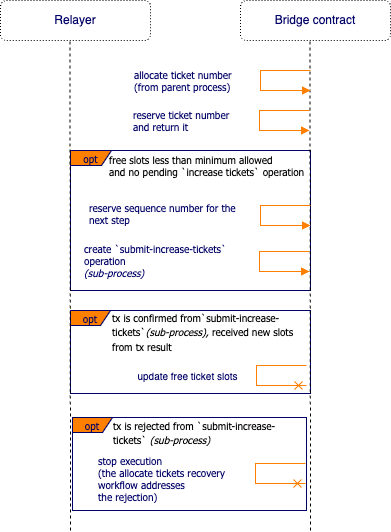
Before: spec/img/allocate-ticket.png, a diagram exported from draw.io (CoreumFoundation/coreumbridge-xrpl). Source tidied: cells renumbered, new cells last; positions are measured from the earlier drawing's top-left corner, leaving out a move shared by most shapes.
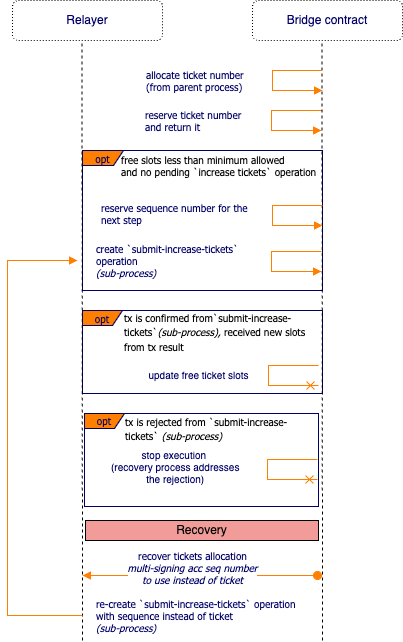
After the change.

Commit message:
Add recovery for the workflows.

Change to the diagram source:
```diff
@@ -9,7 +9,7 @@
       <mxGeometry x="110" y="304" width="210" height="56" as="geometry" />
     </mxCell>
     <mxCell id="4" value="opt" style="shape=umlFrame;whiteSpace=wrap;html=1;strokeColor=#000066;fillColor=#FF8000;fontFamily=Tahoma;fontSize=10;fontColor=#000066;align=center;width=40;height=15;" parent="1" vertex="1">
-      <mxGeometry x="72" y="417" width="234" height="93" as="geometry" />
+      <mxGeometry x="72" y="413" width="234" height="93" as="geometry" />
     </mxCell>
     <mxCell id="5" value="opt" style="shape=umlFrame;whiteSpace=wrap;html=1;strokeColor=#000066;fillColor=#FF8000;fontFamily=Tahoma;fontSize=10;fontColor=#000066;align=center;width=41;height=15;" parent="1" vertex="1">
       <mxGeometry x="70" y="150" width="240" height="140" as="geometry" />
@@ -25,7 +25,7 @@
     </mxCell>
     <mxCell id="9" style="endArrow=none;dashed=1;html=1;rounded=0;" parent="1" edge="1">
       <mxGeometry relative="1" as="geometry">
-        <mxPoint x="70" y="530" as="sourcePoint" />
+        <mxPoint x="70" y="640" as="sourcePoint" />
         <mxPoint x="69.5" y="40" as="targetPoint" />
       </mxGeometry>
     </mxCell>
@@ -34,7 +34,7 @@
     </mxCell>
     <mxCell id="11" style="endArrow=none;dashed=1;html=1;rounded=0;" parent="1" edge="1">
       <mxGeometry relative="1" as="geometry">
-        <mxPoint x="310" y="530" as="sourcePoint" />
+        <mxPoint x="310" y="640" as="sourcePoint" />
         <mxPoint x="309.5" y="40" as="targetPoint" />
       </mxGeometry>
     </mxCell>
@@ -48,13 +48,13 @@
         </Array>
       </mxGeometry>
     </mxCell>
-    <mxCell id="13" value="&lt;span style=&quot;border-color: var(--border-color);&quot;&gt;stop execution&amp;nbsp;&lt;br style=&quot;border-color: var(--border-color);&quot;&gt;(the allocate tickets recovery &lt;br&gt;workflow addresses &lt;br&gt;the rejection)&lt;br&gt;&lt;/span&gt;" style="edgeStyle=orthogonalEdgeStyle;html=1;align=left;spacingLeft=2;endArrow=cross;rounded=0;strokeColor=#FF8000;fontFamily=Tahoma;fontSize=10;fontColor=#000066;endFill=0;" parent="1" edge="1">
-      <mxGeometry x="0.08" y="-161" relative="1" as="geometry">
-        <mxPoint x="305" y="463" as="sourcePoint" />
-        <mxPoint x="305" y="483" as="targetPoint" />
+    <mxCell id="13" value="&lt;span style=&quot;border-color: var(--border-color);&quot;&gt;&lt;div style=&quot;border-color: var(--border-color); font-family: Helvetica; text-align: center;&quot;&gt;stop execution&amp;nbsp;&lt;/div&gt;&lt;div style=&quot;border-color: var(--border-color); font-family: Helvetica; text-align: center;&quot;&gt;(recovery process addresses &lt;br&gt;the rejection)&lt;/div&gt;&lt;/span&gt;" style="edgeStyle=orthogonalEdgeStyle;html=1;align=left;spacingLeft=2;endArrow=cross;rounded=0;strokeColor=#FF8000;fontFamily=Tahoma;fontSize=10;fontColor=#000066;endFill=0;" parent="1" edge="1">
+      <mxGeometry x="-0.05" y="-160" relative="1" as="geometry">
+        <mxPoint x="305" y="459" as="sourcePoint" />
+        <mxPoint x="305" y="479" as="targetPoint" />
         <Array as="points">
-          <mxPoint x="255" y="463" />
-          <mxPoint x="255" y="483" />
+          <mxPoint x="255" y="459" />
+          <mxPoint x="255" y="479" />
         </Array>
       </mxGeometry>
     </mxCell>
@@ -62,7 +62,7 @@
       <mxGeometry x="107" y="151" width="220" height="30" as="geometry" />
     </mxCell>
     <mxCell id="15" value="create `submit-increase-tickets`&lt;br&gt;operation&lt;br&gt;&lt;i&gt;(sub-process)&lt;/i&gt;" style="edgeStyle=orthogonalEdgeStyle;html=1;align=left;spacingLeft=2;endArrow=block;rounded=0;strokeColor=#FF8000;fontFamily=Tahoma;fontSize=10;fontColor=#000066;endFill=1;" parent="1" edge="1">
-      <mxGeometry x="-0.02" y="-179" relative="1" as="geometry">
+      <mxGeometry x="-0.01" y="-179" relative="1" as="geometry">
         <mxPoint x="309" y="251" as="sourcePoint" />
         <mxPoint x="309" y="271" as="targetPoint" />
         <Array as="points">
@@ -107,7 +107,27 @@
       </mxGeometry>
     </mxCell>
     <mxCell id="20" value="&lt;span style=&quot;font-family: Tahoma; font-size: 10px; font-style: normal; font-variant-ligatures: normal; font-variant-caps: normal; font-weight: 400; letter-spacing: normal; orphans: 2; text-align: left; text-indent: 0px; text-transform: none; widows: 2; word-spacing: 0px; -webkit-text-stroke-width: 0px; background-color: rgb(255, 255, 255); text-decoration-thickness: initial; text-decoration-style: initial; text-decoration-color: initial; float: none; display: inline !important;&quot;&gt;tx is rejected from&amp;nbsp;&lt;/span&gt;&lt;span style=&quot;font-family: Tahoma; font-size: 10px; font-style: normal; font-variant-ligatures: normal; font-variant-caps: normal; font-weight: 400; letter-spacing: normal; orphans: 2; text-align: left; text-indent: 0px; text-transform: none; widows: 2; word-spacing: 0px; -webkit-text-stroke-width: 0px; background-color: rgb(255, 255, 255); text-decoration-thickness: initial; text-decoration-style: initial; text-decoration-color: initial; float: none; display: inline !important;&quot;&gt;`submit-increase-tickets`&amp;nbsp;&lt;/span&gt;&lt;span style=&quot;border-color: var(--border-color); font-family: Tahoma; font-size: 10px; font-style: normal; font-variant-ligatures: normal; font-variant-caps: normal; font-weight: 400; letter-spacing: normal; orphans: 2; text-align: left; text-indent: 0px; text-transform: none; widows: 2; word-spacing: 0px; -webkit-text-stroke-width: 0px; text-decoration-thickness: initial; text-decoration-style: initial; text-decoration-color: initial;&quot;&gt;&lt;i style=&quot;border-color: var(--border-color);&quot;&gt;(sub-process)&lt;/i&gt;&lt;/span&gt;" style="text;whiteSpace=wrap;html=1;fontColor=#000000;" parent="1" vertex="1">
-      <mxGeometry x="111" y="412" width="194" height="38" as="geometry" />
+      <mxGeometry x="111" y="408" width="194" height="38" as="geometry" />
     </mxCell>
+    <mxCell id="21" value="Recovery" style="rounded=0;whiteSpace=wrap;html=1;fillColor=#F19C99;" parent="1" vertex="1">
+      <mxGeometry x="73" y="520" width="233" height="20" as="geometry" />
+    </mxCell>
+    <mxCell id="22" value="recover tickets allocation &lt;br&gt;&lt;i&gt;multi-signing acc seq number &lt;br&gt;to use instead of ticket&lt;/i&gt;&lt;br style=&quot;border-color: var(--border-color);&quot;&gt;&amp;nbsp;" style="html=1;verticalAlign=bottom;startArrow=oval;startFill=1;endArrow=block;startSize=8;strokeColor=#FF8000;fontFamily=Tahoma;fontSize=10;fontColor=#000066;" parent="1" edge="1">
+      <mxGeometry x="0.06" y="25" relative="1" as="geometry">
+        <mxPoint x="305" y="575" as="sourcePoint" />
+        <mxPoint x="70" y="575" as="targetPoint" />
+      </mxGeometry>
+    </mxCell>
+    <mxCell id="23" value="&lt;span style=&quot;border-color: var(--border-color); text-align: center;&quot;&gt;re-create `submit-increase-tickets`&amp;nbsp;&lt;span style=&quot;text-align: left;&quot;&gt;operation&lt;br&gt;with sequence instead of ticket&lt;br&gt;&lt;/span&gt;&lt;i style=&quot;border-color: var(--border-color); text-align: left;&quot;&gt;(sub-process)&lt;/i&gt;&lt;br&gt;&lt;/span&gt;" style="edgeStyle=orthogonalEdgeStyle;html=1;align=left;spacingLeft=2;endArrow=block;rounded=0;strokeColor=#FF8000;fontFamily=Tahoma;fontSize=10;fontColor=#000066;endFill=1;" parent="1" edge="1">
+      <mxGeometry x="-1" y="10" relative="1" as="geometry">
+        <mxPoint x="70" y="615" as="sourcePoint" />
+        <mxPoint x="65" y="260" as="targetPoint" />
+        <Array as="points">
+          <mxPoint x="-5" y="615" />
+          <mxPoint x="-5" y="260" />
+        </Array>
+        <mxPoint x="10" y="-10" as="offset" />
+      </mxGeometry>
+    </mxCell>
   </root>
 </mxGraphModel>
```
